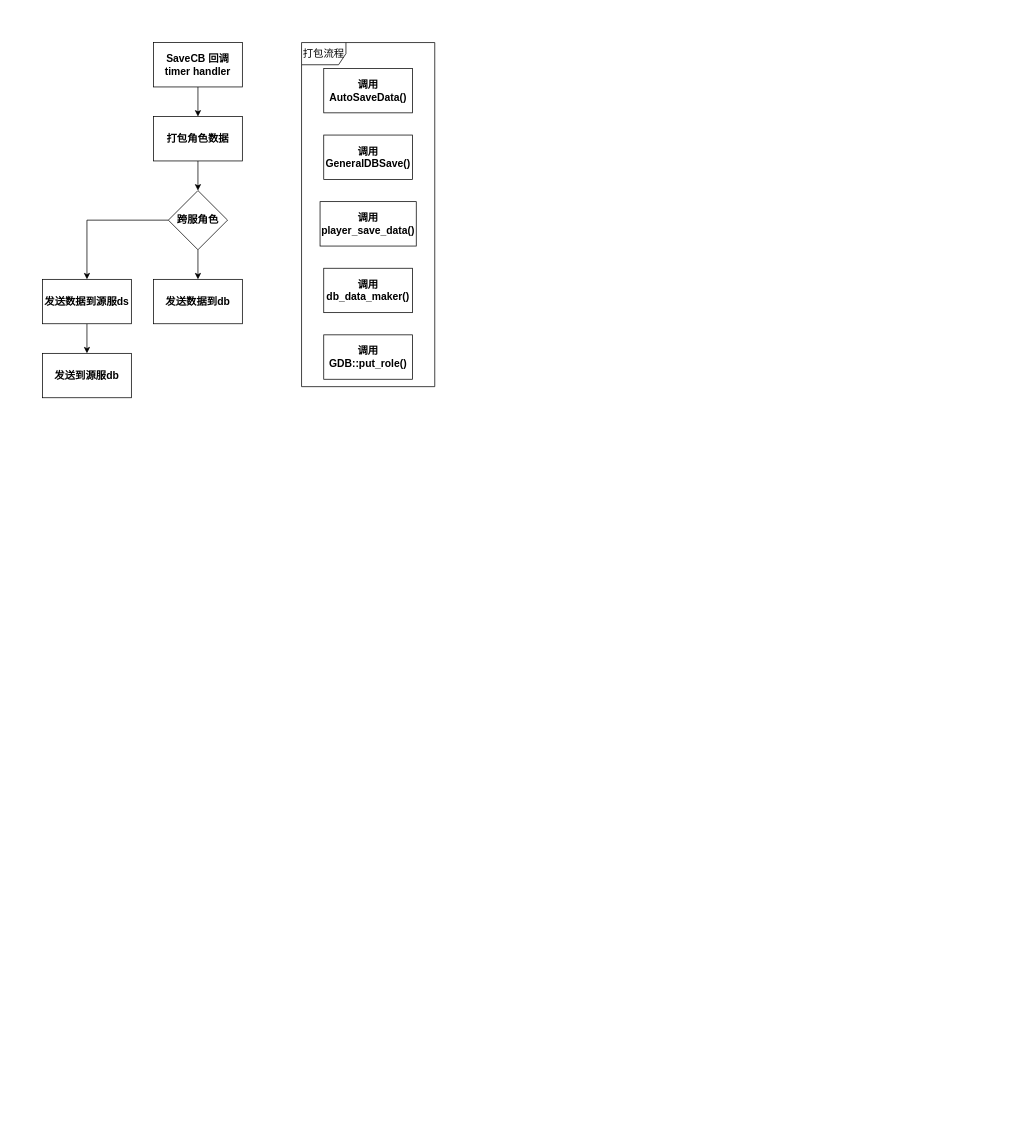
The draw.io diagram page "数据存储过程" (12 of 12) of i-server.drawio in hsoul/lqua, before the edit. Source tidied: cells renumbered, new cells numbered last; positions are measured from the earlier drawing's top-left corner, leaving out a move shared by most shapes. Both pictures are drawn from the tidied source at 74%, with x=0, y=0 at pixel (42, 42).
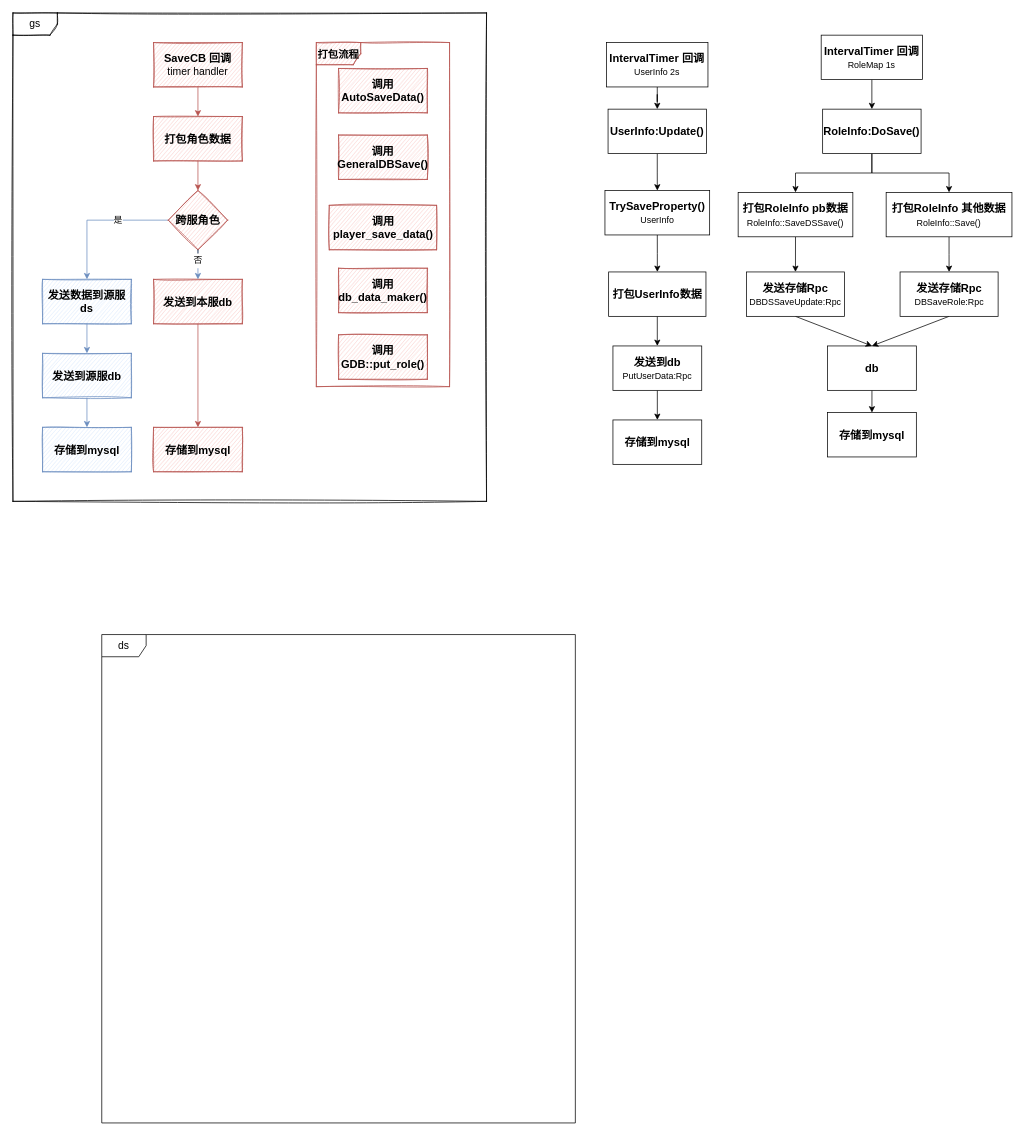
After the change.

Change to the diagram source:
```diff
@@
+    <mxCell id="21" value="ds" style="shape=umlFrame;whiteSpace=wrap;html=1;fontSize=14;sketch=0;" parent="1" vertex="1">
+      <mxGeometry x="80" y="800" width="640" height="660" as="geometry" />
+    </mxCell>
+    <mxCell id="22" value="gs" style="shape=umlFrame;whiteSpace=wrap;html=1;fontSize=14;strokeColor=#000000;sketch=1;" parent="1" vertex="1">
+      <mxGeometry x="-40" y="-40" width="640" height="660" as="geometry" />
+    </mxCell>
-    <mxCell id="2" style="edgeStyle=none;rounded=0;jettySize=auto;html=1;exitX=0.5;exitY=1;exitDx=0;exitDy=0;entryX=0.5;entryY=0;entryDx=0;entryDy=0;fontSize=14;startArrow=none;startFill=0;endArrow=classic;endFill=1;" parent="1" edge="1" source="3" target="5">
+    <mxCell id="2" style="edgeStyle=none;rounded=0;jettySize=auto;html=1;exitX=0.5;exitY=1;exitDx=0;exitDy=0;entryX=0.5;entryY=0;entryDx=0;entryDy=0;fontSize=15;startArrow=none;startFill=0;endArrow=classic;endFill=1;fontStyle=1;fillColor=#f8cecc;strokeColor=#b85450;" parent="1" edge="1" source="3" target="5">
       <mxGeometry relative="1" as="geometry" />
     </mxCell>
-    <mxCell id="3" value="SaveCB 回调&lt;br style=&quot;font-size: 14px;&quot;&gt;timer handler" style="rounded=0;whiteSpace=wrap;html=1;strokeColor=#000000;fontSize=14;fontStyle=1;" parent="1" vertex="1">
+    <mxCell id="3" value="SaveCB 回调&lt;br style=&quot;font-size: 15px&quot;&gt;&lt;font style=&quot;font-size: 14px ; font-weight: normal&quot;&gt;timer handler&lt;/font&gt;" style="rounded=0;whiteSpace=wrap;html=1;strokeColor=#b85450;fontSize=15;fontStyle=1;sketch=1;fillColor=#f8cecc;" parent="1" vertex="1">
       <mxGeometry x="150" width="120" height="60" as="geometry" />
     </mxCell>
-    <mxCell id="4" style="edgeStyle=none;rounded=0;jettySize=auto;html=1;exitX=0.5;exitY=1;exitDx=0;exitDy=0;entryX=0.5;entryY=0;entryDx=0;entryDy=0;fontSize=14;startArrow=none;startFill=0;endArrow=classic;endFill=1;" parent="1" edge="1" source="5" target="9">
+    <mxCell id="4" style="edgeStyle=none;rounded=0;jettySize=auto;html=1;exitX=0.5;exitY=1;exitDx=0;exitDy=0;entryX=0.5;entryY=0;entryDx=0;entryDy=0;fontSize=15;startArrow=none;startFill=0;endArrow=classic;endFill=1;fontStyle=1;fillColor=#f8cecc;strokeColor=#b85450;" parent="1" edge="1" source="5" target="9">
       <mxGeometry relative="1" as="geometry" />
     </mxCell>
-    <mxCell id="5" value="打包角色数据" style="rounded=0;whiteSpace=wrap;html=1;strokeColor=#000000;fontSize=14;fontStyle=1;" parent="1" vertex="1">
+    <mxCell id="5" value="打包角色数据" style="rounded=0;whiteSpace=wrap;html=1;strokeColor=#b85450;fontSize=15;fontStyle=1;sketch=1;fillColor=#f8cecc;" parent="1" vertex="1">
       <mxGeometry x="150" y="100" width="120" height="60" as="geometry" />
     </mxCell>
+    <mxCell id="23" style="edgeStyle=orthogonalEdgeStyle;rounded=0;jettySize=auto;html=1;exitX=0.5;exitY=1;exitDx=0;exitDy=0;fontSize=12;startArrow=none;startFill=0;endArrow=classic;endFill=1;fillColor=#f8cecc;strokeColor=#b85450;" parent="1" edge="1" source="6" target="27">
+      <mxGeometry relative="1" as="geometry" />
+    </mxCell>
-    <mxCell id="6" value="发送数据到db" style="rounded=0;whiteSpace=wrap;html=1;strokeColor=#000000;fontSize=14;fontStyle=1;" parent="1" vertex="1">
+    <mxCell id="6" value="发送到本服db" style="rounded=0;whiteSpace=wrap;html=1;strokeColor=#b85450;fontSize=15;fontStyle=1;sketch=1;fillColor=#f8cecc;" parent="1" vertex="1">
       <mxGeometry x="150" y="320" width="120" height="60" as="geometry" />
     </mxCell>
-    <mxCell id="7" style="edgeStyle=orthogonalEdgeStyle;rounded=0;jettySize=auto;html=1;exitX=0.5;exitY=1;exitDx=0;exitDy=0;entryX=0.5;entryY=0;entryDx=0;entryDy=0;fontSize=14;startArrow=none;startFill=0;endArrow=classic;endFill=1;" parent="1" edge="1" source="9" target="6">
-      <mxGeometry relative="1" as="geometry" />
+    <mxCell id="7" style="edgeStyle=orthogonalEdgeStyle;rounded=0;jettySize=auto;html=1;exitX=0.5;exitY=1;exitDx=0;exitDy=0;entryX=0.5;entryY=0;entryDx=0;entryDy=0;fontSize=15;startArrow=none;startFill=0;endArrow=classic;endFill=1;fontStyle=1;fillColor=#dae8fc;strokeColor=#6c8ebf;" parent="1" edge="1" target="6">
+      <mxGeometry relative="1" as="geometry">
+        <mxPoint x="210" y="305" as="sourcePoint" />
+      </mxGeometry>
     </mxCell>
-    <mxCell id="8" style="edgeStyle=orthogonalEdgeStyle;rounded=0;jettySize=auto;html=1;exitX=0;exitY=0.5;exitDx=0;exitDy=0;entryX=0.5;entryY=0;entryDx=0;entryDy=0;fontSize=14;startArrow=none;startFill=0;endArrow=classic;endFill=1;" parent="1" edge="1" source="9" target="11">
+    <mxCell id="8" style="edgeStyle=orthogonalEdgeStyle;rounded=0;jettySize=auto;html=1;exitX=0;exitY=0.5;exitDx=0;exitDy=0;entryX=0.5;entryY=0;entryDx=0;entryDy=0;fontSize=15;startArrow=none;startFill=0;endArrow=classic;endFill=1;fontStyle=1;fillColor=#dae8fc;strokeColor=#6c8ebf;" parent="1" edge="1" source="9" target="11">
       <mxGeometry relative="1" as="geometry" />
     </mxCell>
+    <mxCell id="24" value="是" style="edgeLabel;html=1;align=center;verticalAlign=middle;fontSize=12;fontStyle=0;" parent="8" vertex="1">
+      <mxGeometry x="-0.27" relative="1" as="geometry" />
+    </mxCell>
-    <mxCell id="9" value="跨服角色" style="rhombus;whiteSpace=wrap;html=1;strokeColor=#000000;fontSize=14;fontStyle=1;" parent="1" vertex="1">
+    <mxCell id="9" value="跨服角色" style="rhombus;whiteSpace=wrap;html=1;strokeColor=#b85450;fontSize=15;fontStyle=1;sketch=1;fillColor=#f8cecc;" parent="1" vertex="1">
       <mxGeometry x="170" y="200" width="80" height="80" as="geometry" />
     </mxCell>
-    <mxCell id="10" style="edgeStyle=orthogonalEdgeStyle;rounded=0;jettySize=auto;html=1;exitX=0.5;exitY=1;exitDx=0;exitDy=0;entryX=0.5;entryY=0;entryDx=0;entryDy=0;fontSize=14;startArrow=none;startFill=0;endArrow=classic;endFill=1;" parent="1" edge="1" source="11" target="12">
+    <mxCell id="10" style="edgeStyle=orthogonalEdgeStyle;rounded=0;jettySize=auto;html=1;exitX=0.5;exitY=1;exitDx=0;exitDy=0;entryX=0.5;entryY=0;entryDx=0;entryDy=0;fontSize=15;startArrow=none;startFill=0;endArrow=classic;endFill=1;fontStyle=1;fillColor=#dae8fc;strokeColor=#6c8ebf;" parent="1" edge="1" source="11" target="12">
       <mxGeometry relative="1" as="geometry" />
     </mxCell>
-    <mxCell id="11" value="发送数据到源服ds" style="rounded=0;whiteSpace=wrap;html=1;strokeColor=#000000;fontSize=14;fontStyle=1;" parent="1" vertex="1">
+    <mxCell id="11" value="发送数据到源服ds" style="rounded=0;whiteSpace=wrap;html=1;strokeColor=#6c8ebf;fontSize=15;fontStyle=1;fillColor=#dae8fc;sketch=1;" parent="1" vertex="1">
       <mxGeometry y="320" width="120" height="60" as="geometry" />
     </mxCell>
+    <mxCell id="25" style="edgeStyle=orthogonalEdgeStyle;rounded=0;jettySize=auto;html=1;exitX=0.5;exitY=1;exitDx=0;exitDy=0;entryX=0.5;entryY=0;entryDx=0;entryDy=0;fontSize=12;startArrow=none;startFill=0;endArrow=classic;endFill=1;fillColor=#dae8fc;strokeColor=#6c8ebf;" parent="1" edge="1" source="12" target="28">
+      <mxGeometry relative="1" as="geometry" />
+    </mxCell>
-    <mxCell id="12" value="发送到源服db" style="rounded=0;whiteSpace=wrap;html=1;strokeColor=#000000;fontSize=14;fontStyle=1;" parent="1" vertex="1">
+    <mxCell id="12" value="发送到源服db" style="rounded=0;whiteSpace=wrap;html=1;strokeColor=#6c8ebf;fontSize=15;fontStyle=1;fillColor=#dae8fc;sketch=1;" parent="1" vertex="1">
       <mxGeometry y="420" width="120" height="60" as="geometry" />
     </mxCell>
-    <mxCell id="13" style="edgeStyle=none;rounded=0;orthogonalLoop=1;jettySize=auto;html=1;exitX=0.5;exitY=1;exitDx=0;exitDy=0;fontSize=14;startArrow=none;startFill=0;endArrow=classic;endFill=1;" parent="1" edge="1" source="3" target="3">
+    <mxCell id="13" style="edgeStyle=none;rounded=0;orthogonalLoop=1;jettySize=auto;html=1;exitX=0.5;exitY=1;exitDx=0;exitDy=0;fontSize=15;startArrow=none;startFill=0;endArrow=classic;endFill=1;fontStyle=1;" parent="1" edge="1" source="3" target="3">
       <mxGeometry relative="1" as="geometry" />
     </mxCell>
-    <mxCell id="14" style="group;" parent="1" vertex="1">
-      <mxGeometry x="350" width="180" height="465" as="geometry" />
+    <mxCell id="14" style="group;fontSize=15;fontStyle=1;sketch=1;" parent="1" vertex="1">
+      <mxGeometry x="370" width="180" height="465" as="geometry" />
     </mxCell>
-    <mxCell id="15" value="打包流程" style="shape=umlFrame;whiteSpace=wrap;html=1;fontSize=14;strokeColor=#000000;" parent="14" vertex="1">
+    <mxCell id="15" value="&lt;font style=&quot;font-size: 14px&quot;&gt;打包流程&lt;/font&gt;" style="shape=umlFrame;whiteSpace=wrap;html=1;fontSize=15;strokeColor=#b85450;fontStyle=1;fillColor=#f8cecc;sketch=1;" parent="14" vertex="1">
       <mxGeometry width="180" height="465" as="geometry" />
     </mxCell>
-    <mxCell id="16" value="调用AutoSaveData()" style="rounded=0;whiteSpace=wrap;html=1;strokeColor=#000000;fontSize=14;fontStyle=1;" parent="14" vertex="1">
+    <mxCell id="16" value="调用AutoSaveData()" style="rounded=0;whiteSpace=wrap;html=1;strokeColor=#b85450;fontSize=15;fontStyle=1;fillColor=#f8cecc;sketch=1;" parent="14" vertex="1">
       <mxGeometry x="30" y="35" width="120" height="60" as="geometry" />
     </mxCell>
-    <mxCell id="17" value="调用GeneralDBSave()" style="rounded=0;whiteSpace=wrap;html=1;strokeColor=#000000;fontSize=14;fontStyle=1;" parent="14" vertex="1">
+    <mxCell id="17" value="调用GeneralDBSave()" style="rounded=0;whiteSpace=wrap;html=1;strokeColor=#b85450;fontSize=15;fontStyle=1;fillColor=#f8cecc;sketch=1;" parent="14" vertex="1">
       <mxGeometry x="30" y="125" width="120" height="60" as="geometry" />
     </mxCell>
-    <mxCell id="18" value="调用player_save_data()" style="rounded=0;whiteSpace=wrap;html=1;strokeColor=#000000;fontSize=14;fontStyle=1;" parent="14" vertex="1">
-      <mxGeometry x="25" y="215" width="130" height="60" as="geometry" />
+    <mxCell id="18" value="调用player_save_data()" style="rounded=0;whiteSpace=wrap;html=1;strokeColor=#b85450;fontSize=15;fontStyle=1;fillColor=#f8cecc;sketch=1;" parent="14" vertex="1">
+      <mxGeometry x="17.5" y="220" width="145" height="60" as="geometry" />
     </mxCell>
-    <mxCell id="19" value="调用db_data_maker()" style="rounded=0;whiteSpace=wrap;html=1;strokeColor=#000000;fontSize=14;fontStyle=1;" parent="14" vertex="1">
+    <mxCell id="19" value="调用db_data_maker()" style="rounded=0;whiteSpace=wrap;html=1;strokeColor=#b85450;fontSize=15;fontStyle=1;fillColor=#f8cecc;sketch=1;" parent="14" vertex="1">
       <mxGeometry x="30" y="305" width="120" height="60" as="geometry" />
     </mxCell>
-    <mxCell id="20" value="调用GDB::put_role()" style="rounded=0;whiteSpace=wrap;html=1;strokeColor=#000000;fontSize=14;fontStyle=1;" parent="14" vertex="1">
+    <mxCell id="20" value="调用GDB::put_role()" style="rounded=0;whiteSpace=wrap;html=1;strokeColor=#b85450;fontSize=15;fontStyle=1;fillColor=#f8cecc;sketch=1;" parent="14" vertex="1">
       <mxGeometry x="30" y="395" width="120" height="60" as="geometry" />
     </mxCell>
+    <mxCell id="26" style="edgeStyle=orthogonalEdgeStyle;rounded=0;jettySize=auto;html=1;exitX=0.5;exitY=1;exitDx=0;exitDy=0;entryX=0.5;entryY=0;entryDx=0;entryDy=0;fontSize=15;startArrow=none;startFill=0;endArrow=none;endFill=1;fontStyle=1;" parent="1" edge="1" source="9">
+      <mxGeometry relative="1" as="geometry">
+        <mxPoint x="210" y="285" as="targetPoint" />
+      </mxGeometry>
+    </mxCell>
+    <mxCell id="27" value="存储到mysql" style="rounded=0;whiteSpace=wrap;html=1;strokeColor=#b85450;fontSize=15;fontStyle=1;sketch=1;fillColor=#f8cecc;" parent="1" vertex="1">
+      <mxGeometry x="150" y="520" width="120" height="60" as="geometry" />
+    </mxCell>
+    <mxCell id="28" value="存储到mysql" style="rounded=0;whiteSpace=wrap;html=1;strokeColor=#6c8ebf;fontSize=15;fontStyle=1;sketch=1;fillColor=#dae8fc;" parent="1" vertex="1">
+      <mxGeometry y="520" width="120" height="60" as="geometry" />
+    </mxCell>
+    <mxCell id="29" value="否" style="text;html=1;align=center;verticalAlign=middle;points=[];strokeColor=none;fontSize=12;" parent="1" vertex="1">
+      <mxGeometry x="195" y="285" width="30" height="20" as="geometry" />
+    </mxCell>
+    <mxCell id="30" style="edgeStyle=orthogonalEdgeStyle;rounded=0;jettySize=auto;html=1;fontSize=12;startArrow=none;startFill=0;endArrow=none;endFill=1;fillColor=#dae8fc;strokeColor=#6c8ebf;" parent="1" edge="1" source="9" target="29">
+      <mxGeometry relative="1" as="geometry">
+        <Array as="points">
+          <mxPoint x="210" y="300" />
+          <mxPoint x="210" y="300" />
+        </Array>
+      </mxGeometry>
+    </mxCell>
+    <mxCell id="31" style="edgeStyle=orthogonalEdgeStyle;rounded=0;sketch=0;jettySize=auto;html=1;exitX=0.5;exitY=1;exitDx=0;exitDy=0;fontSize=12;startArrow=none;startFill=0;endArrow=classic;endFill=1;" parent="1" edge="1" source="32" target="34">
+      <mxGeometry relative="1" as="geometry" />
+    </mxCell>
+    <mxCell id="32" value="IntervalTimer 回调&lt;br&gt;&lt;span style=&quot;font-weight: normal&quot;&gt;&lt;font style=&quot;font-size: 12px&quot;&gt;UserInfo 2s&lt;/font&gt;&lt;/span&gt;" style="rounded=0;whiteSpace=wrap;html=1;fontSize=15;fontStyle=1;sketch=0;" parent="1" vertex="1">
+      <mxGeometry x="762.2" width="137" height="60" as="geometry" />
+    </mxCell>
+    <mxCell id="33" style="edgeStyle=orthogonalEdgeStyle;rounded=0;sketch=0;jettySize=auto;html=1;exitX=0.5;exitY=1;exitDx=0;exitDy=0;entryX=0.5;entryY=0;entryDx=0;entryDy=0;fontSize=12;startArrow=none;startFill=0;endArrow=classic;endFill=1;" parent="1" edge="1" source="34" target="38">
+      <mxGeometry relative="1" as="geometry" />
+    </mxCell>
+    <mxCell id="34" value="UserInfo:Update()" style="rounded=0;whiteSpace=wrap;html=1;fontSize=15;fontStyle=1;sketch=0;" parent="1" vertex="1">
+      <mxGeometry x="764.2" y="90" width="133" height="60" as="geometry" />
+    </mxCell>
+    <mxCell id="35" style="edgeStyle=orthogonalEdgeStyle;rounded=0;sketch=0;jettySize=auto;html=1;exitX=0.5;exitY=1;exitDx=0;exitDy=0;fontSize=12;startArrow=none;startFill=0;endArrow=classic;endFill=1;" parent="1" edge="1" source="36" target="41">
+      <mxGeometry relative="1" as="geometry" />
+    </mxCell>
+    <mxCell id="36" value="打包UserInfo数据" style="rounded=0;whiteSpace=wrap;html=1;fontSize=15;fontStyle=1;sketch=0;" parent="1" vertex="1">
+      <mxGeometry x="765" y="310" width="131.5" height="60" as="geometry" />
+    </mxCell>
+    <mxCell id="37" style="edgeStyle=orthogonalEdgeStyle;rounded=0;sketch=0;jettySize=auto;html=1;exitX=0.5;exitY=1;exitDx=0;exitDy=0;fontSize=12;startArrow=none;startFill=0;endArrow=classic;endFill=1;" parent="1" edge="1" source="38" target="36">
+      <mxGeometry relative="1" as="geometry" />
+    </mxCell>
+    <mxCell id="38" value="TrySaveProperty()&lt;br&gt;&lt;span style=&quot;font-weight: normal&quot;&gt;&lt;font style=&quot;font-size: 12px&quot;&gt;UserInfo&lt;/font&gt;&lt;/span&gt;" style="rounded=0;whiteSpace=wrap;html=1;fontSize=15;fontStyle=1;sketch=0;" parent="1" vertex="1">
+      <mxGeometry x="760" y="200" width="141.5" height="60" as="geometry" />
+    </mxCell>
+    <mxCell id="39" style="edgeStyle=none;rounded=0;orthogonalLoop=1;jettySize=auto;html=1;exitX=0.5;exitY=1;exitDx=0;exitDy=0;fontSize=15;startArrow=none;startFill=0;endArrow=classic;endFill=1;fontStyle=1;sketch=0;" parent="1" edge="1" source="32" target="32">
+      <mxGeometry relative="1" as="geometry" />
+    </mxCell>
+    <mxCell id="40" style="edgeStyle=orthogonalEdgeStyle;rounded=0;sketch=0;jettySize=auto;html=1;exitX=0.5;exitY=1;exitDx=0;exitDy=0;entryX=0.5;entryY=0;entryDx=0;entryDy=0;fontSize=12;startArrow=none;startFill=0;endArrow=classic;endFill=1;" parent="1" edge="1" source="41" target="42">
+      <mxGeometry relative="1" as="geometry" />
+    </mxCell>
+    <mxCell id="41" value="发送到db&lt;br&gt;&lt;font style=&quot;font-size: 12px ; font-weight: normal&quot;&gt;PutUserData:Rpc&lt;/font&gt;" style="rounded=0;whiteSpace=wrap;html=1;fontSize=15;fontStyle=1;sketch=0;" parent="1" vertex="1">
+      <mxGeometry x="770.8" y="410" width="120" height="60" as="geometry" />
+    </mxCell>
+    <mxCell id="42" value="存储到mysql" style="rounded=0;whiteSpace=wrap;html=1;fontSize=15;fontStyle=1;sketch=0;" parent="1" vertex="1">
+      <mxGeometry x="770.8" y="510" width="120" height="60" as="geometry" />
+    </mxCell>
+    <mxCell id="43" style="edgeStyle=orthogonalEdgeStyle;rounded=0;sketch=0;jettySize=auto;html=1;exitX=0.5;exitY=1;exitDx=0;exitDy=0;fontSize=12;startArrow=none;startFill=0;endArrow=classic;endFill=1;" parent="1" edge="1" source="44" target="47">
+      <mxGeometry relative="1" as="geometry" />
+    </mxCell>
+    <mxCell id="44" value="IntervalTimer 回调&lt;br&gt;&lt;span style=&quot;font-weight: normal&quot;&gt;&lt;font style=&quot;font-size: 12px&quot;&gt;RoleMap 1s&lt;/font&gt;&lt;/span&gt;" style="rounded=0;whiteSpace=wrap;html=1;fontSize=15;fontStyle=1;sketch=0;" parent="1" vertex="1">
+      <mxGeometry x="1052.2" y="-10" width="137" height="60" as="geometry" />
+    </mxCell>
+    <mxCell id="45" style="edgeStyle=orthogonalEdgeStyle;rounded=0;sketch=0;jettySize=auto;html=1;exitX=0.5;exitY=1;exitDx=0;exitDy=0;entryX=0.5;entryY=0;entryDx=0;entryDy=0;fontSize=12;startArrow=none;startFill=0;endArrow=classic;endFill=1;" parent="1" edge="1" source="47" target="49">
+      <mxGeometry relative="1" as="geometry" />
+    </mxCell>
+    <mxCell id="46" style="edgeStyle=orthogonalEdgeStyle;rounded=0;sketch=0;jettySize=auto;html=1;exitX=0.5;exitY=1;exitDx=0;exitDy=0;entryX=0.5;entryY=0;entryDx=0;entryDy=0;fontSize=12;startArrow=none;startFill=0;endArrow=classic;endFill=1;" parent="1" edge="1" source="47" target="54">
+      <mxGeometry relative="1" as="geometry" />
+    </mxCell>
+    <mxCell id="47" value="RoleInfo:DoSave()" style="rounded=0;whiteSpace=wrap;html=1;fontSize=15;fontStyle=1;sketch=0;" parent="1" vertex="1">
+      <mxGeometry x="1054.2" y="90" width="133" height="60" as="geometry" />
+    </mxCell>
+    <mxCell id="48" style="edgeStyle=orthogonalEdgeStyle;rounded=0;sketch=0;jettySize=auto;html=1;exitX=0.5;exitY=1;exitDx=0;exitDy=0;entryX=0.5;entryY=0;entryDx=0;entryDy=0;fontSize=12;startArrow=none;startFill=0;endArrow=classic;endFill=1;" parent="1" edge="1" source="49" target="56">
+      <mxGeometry relative="1" as="geometry" />
+    </mxCell>
+    <mxCell id="49" value="打包RoleInfo pb数据&lt;br&gt;&lt;span style=&quot;font-weight: normal&quot;&gt;&lt;font style=&quot;font-size: 12px&quot;&gt;RoleInfo::SaveDSSave()&lt;/font&gt;&lt;/span&gt;" style="rounded=0;whiteSpace=wrap;html=1;fontSize=15;fontStyle=1;sketch=0;" parent="1" vertex="1">
+      <mxGeometry x="940" y="202.5" width="155" height="60" as="geometry" />
+    </mxCell>
+    <mxCell id="50" style="edgeStyle=none;rounded=0;orthogonalLoop=1;jettySize=auto;html=1;exitX=0.5;exitY=1;exitDx=0;exitDy=0;fontSize=15;startArrow=none;startFill=0;endArrow=classic;endFill=1;fontStyle=1;sketch=0;" parent="1" edge="1" source="44" target="44">
+      <mxGeometry relative="1" as="geometry" />
+    </mxCell>
+    <mxCell id="51" style="edgeStyle=none;rounded=0;sketch=0;jettySize=auto;html=1;exitX=0.5;exitY=1;exitDx=0;exitDy=0;entryX=0.5;entryY=0;entryDx=0;entryDy=0;fontSize=12;startArrow=none;startFill=0;endArrow=classic;endFill=1;" parent="1" edge="1" source="52" target="59">
+      <mxGeometry relative="1" as="geometry" />
+    </mxCell>
+    <mxCell id="52" value="db" style="rounded=0;whiteSpace=wrap;html=1;fontSize=15;fontStyle=1;sketch=0;" parent="1" vertex="1">
+      <mxGeometry x="1060.8" y="410" width="120" height="60" as="geometry" />
+    </mxCell>
+    <mxCell id="53" style="edgeStyle=orthogonalEdgeStyle;rounded=0;sketch=0;jettySize=auto;html=1;exitX=0.5;exitY=1;exitDx=0;exitDy=0;entryX=0.5;entryY=0;entryDx=0;entryDy=0;fontSize=12;startArrow=none;startFill=0;endArrow=classic;endFill=1;" parent="1" edge="1" source="54" target="58">
+      <mxGeometry relative="1" as="geometry" />
+    </mxCell>
+    <mxCell id="54" value="打包RoleInfo 其他数据&lt;br&gt;&lt;span style=&quot;font-weight: normal&quot;&gt;&lt;font style=&quot;font-size: 12px&quot;&gt;RoleInfo::Save()&lt;/font&gt;&lt;/span&gt;" style="rounded=0;whiteSpace=wrap;html=1;fontSize=15;fontStyle=1;sketch=0;" parent="1" vertex="1">
+      <mxGeometry x="1140" y="202.5" width="170" height="60" as="geometry" />
+    </mxCell>
+    <mxCell id="55" style="rounded=0;sketch=0;jettySize=auto;html=1;exitX=0.5;exitY=1;exitDx=0;exitDy=0;entryX=0.5;entryY=0;entryDx=0;entryDy=0;fontSize=12;startArrow=none;startFill=0;endArrow=classic;endFill=1;" parent="1" edge="1" source="56" target="52">
+      <mxGeometry relative="1" as="geometry" />
+    </mxCell>
+    <mxCell id="56" value="发送存储Rpc&lt;br&gt;&lt;font style=&quot;font-size: 12px ; font-weight: normal&quot;&gt;DBDSSaveUpdate:Rpc&lt;/font&gt;" style="rounded=0;whiteSpace=wrap;html=1;fontSize=15;fontStyle=1;sketch=0;" parent="1" vertex="1">
+      <mxGeometry x="951.2" y="310" width="132.5" height="60" as="geometry" />
+    </mxCell>
+    <mxCell id="57" style="edgeStyle=none;rounded=0;sketch=0;jettySize=auto;html=1;exitX=0.5;exitY=1;exitDx=0;exitDy=0;entryX=0.5;entryY=0;entryDx=0;entryDy=0;fontSize=12;startArrow=none;startFill=0;endArrow=classic;endFill=1;" parent="1" edge="1" source="58" target="52">
+      <mxGeometry relative="1" as="geometry" />
+    </mxCell>
+    <mxCell id="58" value="发送存储Rpc&lt;br&gt;&lt;font style=&quot;font-size: 12px ; font-weight: normal&quot;&gt;DBSaveRole:Rpc&lt;/font&gt;" style="rounded=0;whiteSpace=wrap;html=1;fontSize=15;fontStyle=1;sketch=0;" parent="1" vertex="1">
+      <mxGeometry x="1158.8" y="310" width="132.5" height="60" as="geometry" />
+    </mxCell>
+    <mxCell id="59" value="存储到mysql" style="rounded=0;whiteSpace=wrap;html=1;fontSize=15;fontStyle=1;sketch=0;" parent="1" vertex="1">
+      <mxGeometry x="1060.8" y="500" width="120" height="60" as="geometry" />
+    </mxCell>
```
